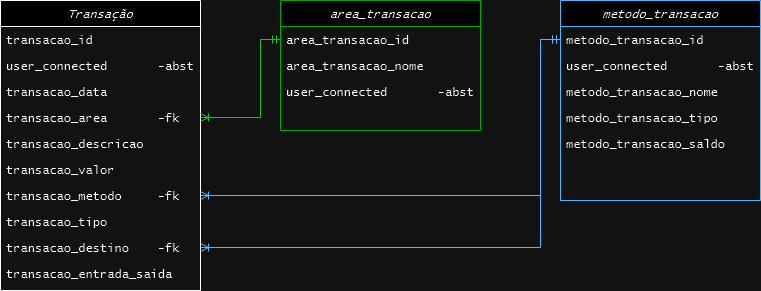
Earlier version of the draw.io export utils/my-money-management.png (Antonio-Neves/my-money-management). Source tidied: cells renumbered, new cells last; positions are measured from the earlier drawing's top-left corner, leaving out a move shared by most shapes.
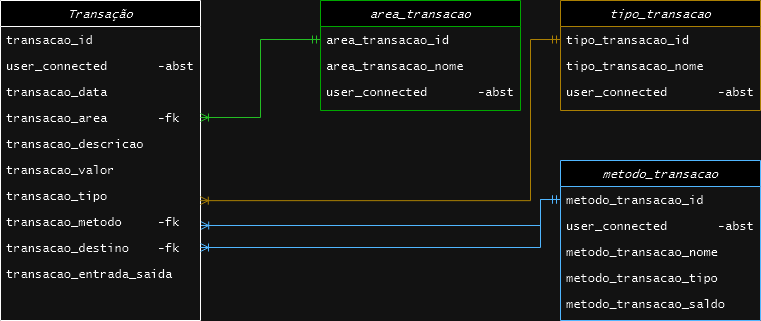
After the commit.

What changed in the source:
```diff
@@ -3,7 +3,7 @@
     <mxCell id="0" />
     <mxCell id="1" parent="0" />
     <mxCell id="2" value="metodo_transacao" style="swimlane;fontStyle=2;align=center;verticalAlign=top;horizontal=1;startSize=26;rounded=0;shadow=0;strokeWidth=1;fontFamily=Lucida Console;strokeColor=#0066CC;" parent="1" vertex="1">
-      <mxGeometry x="560" width="200" height="200" as="geometry" />
+      <mxGeometry x="560" y="160" width="200" height="160" as="geometry" />
     </mxCell>
     <mxCell id="3" value="metodo_transacao_id" style="text;align=left;verticalAlign=top;spacingLeft=4;spacingRight=4;overflow=hidden;points=[[0,0.5],[1,0.5]];portConstraint=eastwest;fontFamily=Lucida Console;" parent="2" vertex="1">
       <mxGeometry y="26" width="200" height="26" as="geometry" />
@@ -20,15 +20,15 @@
     <mxCell id="7" value="metodo_transacao_saldo" style="text;align=left;verticalAlign=top;spacingLeft=4;spacingRight=4;overflow=hidden;rounded=0;shadow=0;html=0;fontFamily=Lucida Console;" parent="2" vertex="1">
       <mxGeometry y="130" width="200" height="26" as="geometry" />
     </mxCell>
-    <mxCell id="8" style="edgeStyle=elbowEdgeStyle;fontSize=12;html=1;endArrow=ERoneToMany;startArrow=ERmandOne;rounded=0;fontFamily=Lucida Console;entryX=1;entryY=0.5;entryDx=0;entryDy=0;exitX=0;exitY=0.5;exitDx=0;exitDy=0;strokeColor=#0066CC;" parent="1" edge="1" source="3" target="20">
+    <mxCell id="8" style="edgeStyle=elbowEdgeStyle;fontSize=12;html=1;endArrow=ERoneToMany;startArrow=ERmandOne;rounded=0;fontFamily=Lucida Console;entryX=1.001;entryY=0.654;entryDx=0;entryDy=0;exitX=0;exitY=0.5;exitDx=0;exitDy=0;strokeColor=#0066CC;entryPerimeter=0;" parent="1" edge="1" source="3" target="20">
       <mxGeometry relative="1" as="geometry">
         <Array as="points">
-          <mxPoint x="540" y="120" />
+          <mxPoint x="540" y="210" />
         </Array>
       </mxGeometry>
     </mxCell>
     <mxCell id="9" value="area_transacao" style="swimlane;fontStyle=2;align=center;verticalAlign=top;horizontal=1;startSize=26;rounded=0;shadow=0;strokeWidth=1;fontFamily=Lucida Console;strokeColor=#00CC00;" parent="1" vertex="1">
-      <mxGeometry x="280" width="200" height="130" as="geometry" />
+      <mxGeometry x="320" width="200" height="110" as="geometry" />
     </mxCell>
     <mxCell id="10" value="area_transacao_id" style="text;align=left;verticalAlign=top;spacingLeft=4;spacingRight=4;overflow=hidden;points=[[0,0.5],[1,0.5]];portConstraint=eastwest;fontFamily=Lucida Console;" parent="9" vertex="1">
       <mxGeometry y="26" width="200" height="26" as="geometry" />
@@ -40,7 +40,7 @@
       <mxGeometry y="78" width="200" height="26" as="geometry" />
     </mxCell>
     <mxCell id="13" value="Transação" style="swimlane;fontStyle=2;align=center;verticalAlign=top;horizontal=1;startSize=26;rounded=0;shadow=0;strokeWidth=1;fontFamily=Lucida Console;" parent="1" vertex="1">
-      <mxGeometry width="200" height="290" as="geometry" />
+      <mxGeometry width="200" height="320" as="geometry" />
     </mxCell>
     <mxCell id="14" value="transacao_id" style="text;align=left;verticalAlign=top;spacingLeft=4;spacingRight=4;overflow=hidden;fontFamily=Lucida Console;" parent="13" vertex="1">
       <mxGeometry y="26" width="200" height="26" as="geometry" />
@@ -60,12 +60,12 @@
     <mxCell id="19" value="transacao_valor" style="text;align=left;verticalAlign=top;spacingLeft=4;spacingRight=4;overflow=hidden;rounded=0;shadow=0;html=0;fontFamily=Lucida Console;" parent="13" vertex="1">
       <mxGeometry y="156" width="200" height="26" as="geometry" />
     </mxCell>
+    <mxCell id="21" value="transacao_tipo" style="text;align=left;verticalAlign=top;spacingLeft=4;spacingRight=4;overflow=hidden;points=[[0,0.5],[1,0.5]];portConstraint=eastwest;rounded=0;shadow=0;html=0;fontFamily=Lucida Console;" parent="13" vertex="1">
+      <mxGeometry y="182" width="200" height="26" as="geometry" />
+    </mxCell>
     <mxCell id="20" value="transacao_metodo     -fk" style="text;align=left;verticalAlign=top;spacingLeft=4;spacingRight=4;overflow=hidden;points=[[0,0.5],[1,0.5]];portConstraint=eastwest;rounded=0;shadow=0;html=0;fontFamily=Lucida Console;" parent="13" vertex="1">
-      <mxGeometry y="182" width="200" height="26" as="geometry" />
+      <mxGeometry y="208" width="200" height="26" as="geometry" />
     </mxCell>
-    <mxCell id="21" value="transacao_tipo" style="text;align=left;verticalAlign=top;spacingLeft=4;spacingRight=4;overflow=hidden;points=[[0,0.5],[1,0.5]];portConstraint=eastwest;rounded=0;shadow=0;html=0;fontFamily=Lucida Console;" parent="13" vertex="1">
-      <mxGeometry y="208" width="200" height="26" as="geometry" />
-    </mxCell>
     <mxCell id="22" value="transacao_destino    -fk" style="text;align=left;verticalAlign=top;spacingLeft=4;spacingRight=4;overflow=hidden;points=[[0,0.5],[1,0.5]];portConstraint=eastwest;rounded=0;shadow=0;html=0;fontFamily=Lucida Console;" parent="13" vertex="1">
       <mxGeometry y="234" width="200" height="26" as="geometry" />
     </mxCell>
@@ -75,7 +75,7 @@
     <mxCell id="24" style="edgeStyle=elbowEdgeStyle;fontSize=12;html=1;endArrow=ERoneToMany;startArrow=ERmandOne;rounded=0;fontFamily=Lucida Console;entryX=1;entryY=0.5;entryDx=0;entryDy=0;exitX=0;exitY=0.5;exitDx=0;exitDy=0;strokeColor=#0066CC;" parent="1" edge="1" source="3" target="22">
       <mxGeometry relative="1" as="geometry">
         <Array as="points">
-          <mxPoint x="540" y="140" />
+          <mxPoint x="540" y="220" />
         </Array>
       </mxGeometry>
     </mxCell>
@@ -86,5 +86,24 @@
         </Array>
       </mxGeometry>
     </mxCell>
+    <mxCell id="26" value="tipo_transacao" style="swimlane;fontStyle=2;align=center;verticalAlign=top;horizontal=1;startSize=26;rounded=0;shadow=0;strokeWidth=1;fontFamily=Lucida Console;strokeColor=#AB8004;" parent="1" vertex="1">
+      <mxGeometry x="560" width="200" height="110" as="geometry" />
+    </mxCell>
+    <mxCell id="27" value="tipo_transacao_id" style="text;align=left;verticalAlign=top;spacingLeft=4;spacingRight=4;overflow=hidden;points=[[0,0.5],[1,0.5]];portConstraint=eastwest;fontFamily=Lucida Console;" parent="26" vertex="1">
+      <mxGeometry y="26" width="200" height="26" as="geometry" />
+    </mxCell>
+    <mxCell id="28" value="tipo_transacao_nome" style="text;align=left;verticalAlign=top;spacingLeft=4;spacingRight=4;overflow=hidden;rounded=0;shadow=0;html=0;fontFamily=Lucida Console;" parent="26" vertex="1">
+      <mxGeometry y="52" width="200" height="26" as="geometry" />
+    </mxCell>
+    <mxCell id="29" value="user_connected       -abst" style="text;align=left;verticalAlign=top;spacingLeft=4;spacingRight=4;overflow=hidden;rounded=0;shadow=0;html=0;fontFamily=Lucida Console;" parent="26" vertex="1">
+      <mxGeometry y="78" width="200" height="26" as="geometry" />
+    </mxCell>
+    <mxCell id="30" style="edgeStyle=elbowEdgeStyle;fontSize=12;html=1;endArrow=ERoneToMany;startArrow=ERmandOne;rounded=0;fontFamily=Lucida Console;entryX=0.999;entryY=0.698;entryDx=0;entryDy=0;exitX=0;exitY=0.5;exitDx=0;exitDy=0;strokeColor=#AB8004;entryPerimeter=0;elbow=horizontal;" parent="1" edge="1" source="27" target="21">
+      <mxGeometry relative="1" as="geometry">
+        <Array as="points">
+          <mxPoint x="530" y="120" />
+        </Array>
+      </mxGeometry>
+    </mxCell>
   </root>
 </mxGraphModel>
```
